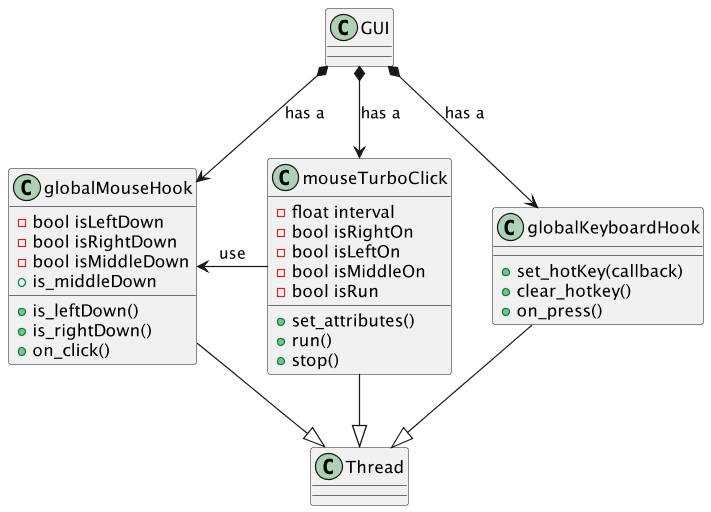
Above: out/preview_UML/preview_UML.png in gabigon88/MouseTurboClick (PlantUML), before the change.
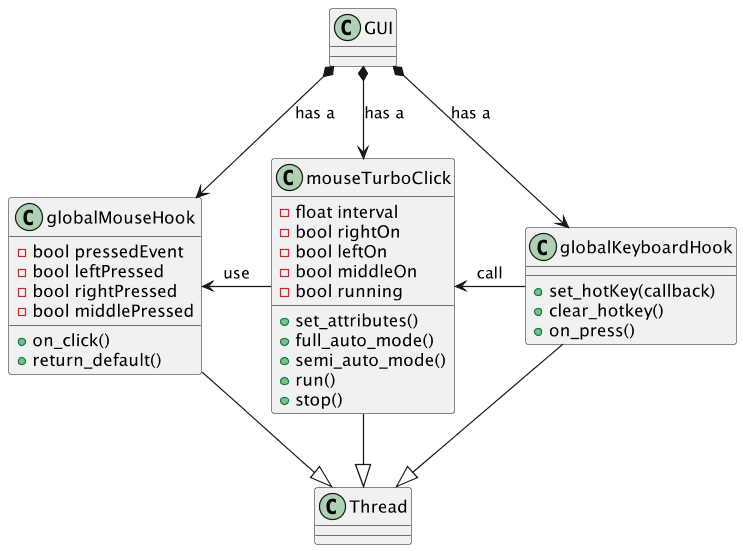
Above is the later version.

The edit, as a diff of the source:
```diff
@@ -2,13 +2,12 @@
 scale 1.2
 class GUI
 class globalMouseHook{
-    - bool isLeftDown
-    - bool isRightDown
-    - bool isMiddleDown
-    + is_leftDown()
-    + is_rightDown()
-    + is_middleDown
+    - bool pressedEvent
+    - bool leftPressed
+    - bool rightPressed
+    - bool middlePressed
     + on_click()
+    + return_default()
 }
 class globalKeyboardHook{
     + set_hotKey(callback)
@@ -17,11 +16,13 @@
 }
 class mouseTurboClick{
     - float interval
-    - bool isRightOn
-    - bool isLeftOn
-    - bool isMiddleOn
-    - bool isRun
+    - bool rightOn
+    - bool leftOn
+    - bool middleOn
+    - bool running
     + set_attributes()
+    + full_auto_mode()
+    + semi_auto_mode()
     + run()
     + stop()
 }
@@ -34,4 +35,5 @@
 GUI *--> globalKeyboardHook : has a
 GUI *--> mouseTurboClick : has a
 mouseTurboClick -left-> globalMouseHook : use
+globalKeyboardHook -left-> mouseTurboClick : call
 @enduml
```
